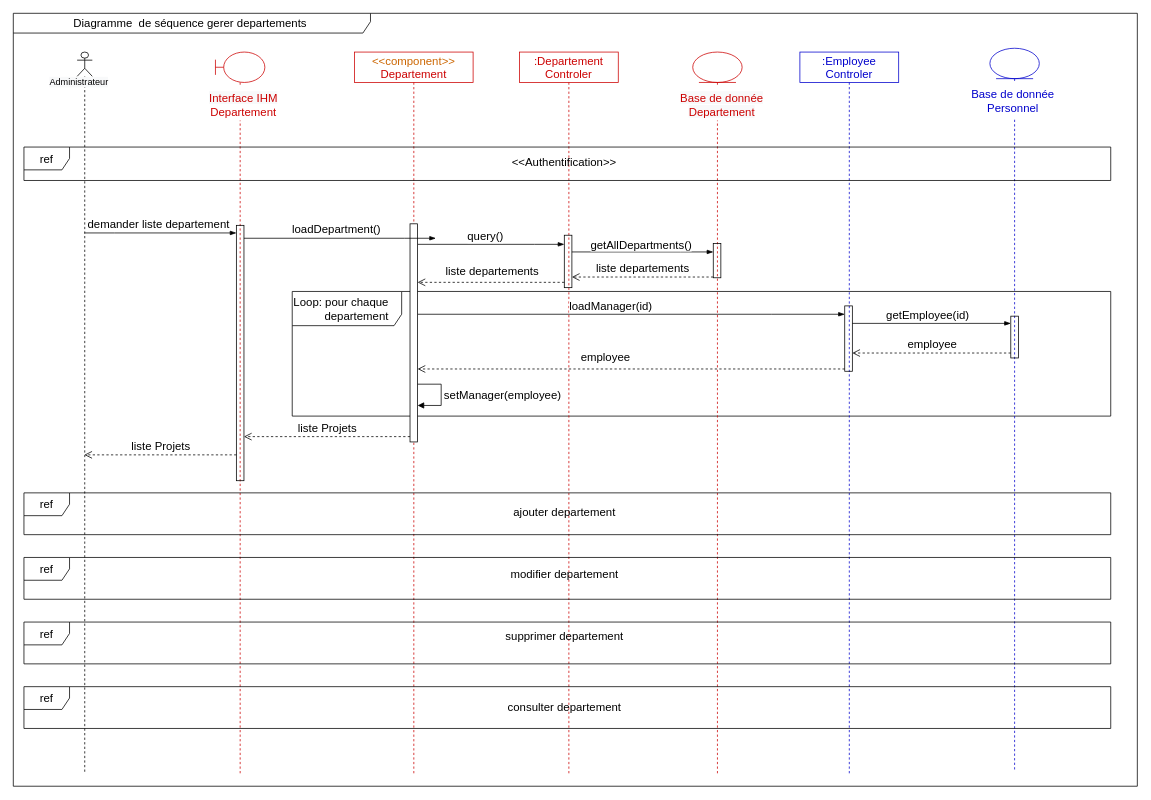
Earlier version of the draw.io diagram Department/DepartmentListDiagrammeSequence.drawio (ZidiMedAmine/UML). Source tidied: cells renumbered, new cells numbered last; positions are measured from the earlier drawing's top-left corner, leaving out a move shared by most shapes. Both pictures are drawn from the tidied source at 76%, with x=0, y=0 at pixel (13, 13).
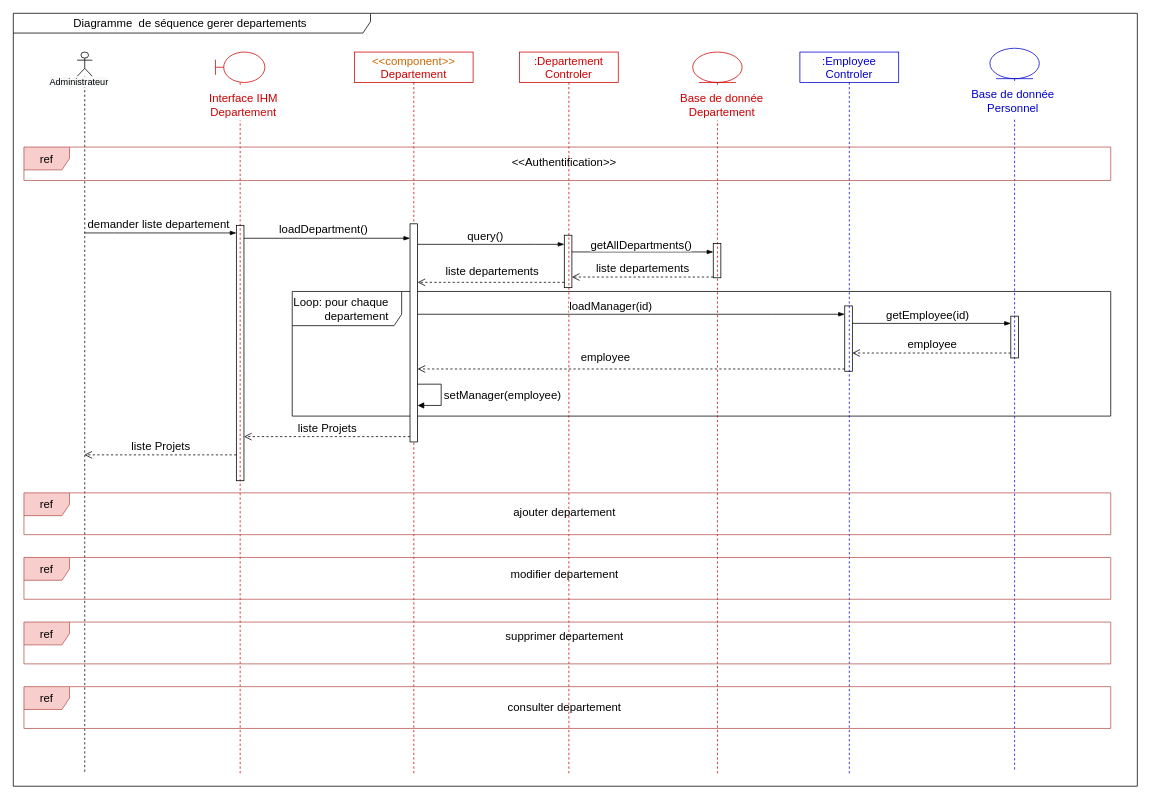
After the change.

Commit message:
Mettre à jour DepartmentListDiagrammeSequence.drawio

Unchanged cells that the change refers to:
```xml
<mxCell id="35" style="html=1;points=[];perimeter=orthogonalPerimeter;" parent="34" vertex="1">
  <mxGeometry x="73" y="226" width="10" height="287" as="geometry" />
</mxCell>
```

Diff of the diagram source:
```diff
@@
-    <mxCell id="37" style="fontSize=12;html=1;endArrow=blockThin;endFill=1;rounded=0;" parent="1" edge="1">
+    <mxCell id="37" style="fontSize=12;html=1;endArrow=blockThin;endFill=1;rounded=0;" parent="1" edge="1" target="35">
       <mxGeometry relative="1" as="geometry">
         <mxPoint x="303.5" y="296" as="sourcePoint" />
-        <mxPoint x="556" y="296" as="targetPoint" />
         <Array as="points">
           <mxPoint x="515" y="296" />
         </Array>
       </mxGeometry>
     </mxCell>
@@
-    <mxCell id="40" value="ref" style="shape=umlFrame;whiteSpace=wrap;html=1;labelBackgroundColor=none;fontSize=15;" parent="1" vertex="1">
+    <mxCell id="40" value="ref" style="shape=umlFrame;whiteSpace=wrap;html=1;labelBackgroundColor=none;fontSize=15;fillColor=#f8cecc;strokeColor=#b85450;" parent="1" vertex="1">
       <mxGeometry x="14" y="176" width="1430" height="44" as="geometry" />
     </mxCell>
@@
-    <mxCell id="42" value="ref" style="shape=umlFrame;whiteSpace=wrap;html=1;labelBackgroundColor=none;fontSize=15;" parent="1" vertex="1">
+    <mxCell id="42" value="ref" style="shape=umlFrame;whiteSpace=wrap;html=1;labelBackgroundColor=none;fontSize=15;fillColor=#f8cecc;strokeColor=#b85450;" parent="1" vertex="1">
       <mxGeometry x="14" y="631" width="1430" height="55" as="geometry" />
     </mxCell>
@@
-    <mxCell id="44" value="ref" style="shape=umlFrame;whiteSpace=wrap;html=1;labelBackgroundColor=none;fontSize=15;" parent="1" vertex="1">
+    <mxCell id="44" value="ref" style="shape=umlFrame;whiteSpace=wrap;html=1;labelBackgroundColor=none;fontSize=15;fillColor=#f8cecc;strokeColor=#b85450;" parent="1" vertex="1">
       <mxGeometry x="14" y="716" width="1430" height="55" as="geometry" />
     </mxCell>
@@
-    <mxCell id="46" value="ref" style="shape=umlFrame;whiteSpace=wrap;html=1;labelBackgroundColor=none;fontSize=15;" parent="1" vertex="1">
+    <mxCell id="46" value="ref" style="shape=umlFrame;whiteSpace=wrap;html=1;labelBackgroundColor=none;fontSize=15;fillColor=#f8cecc;strokeColor=#b85450;" parent="1" vertex="1">
       <mxGeometry x="14" y="801" width="1430" height="55" as="geometry" />
     </mxCell>
@@
-    <mxCell id="48" value="ref" style="shape=umlFrame;whiteSpace=wrap;html=1;labelBackgroundColor=none;fontSize=15;" parent="1" vertex="1">
+    <mxCell id="48" value="ref" style="shape=umlFrame;whiteSpace=wrap;html=1;labelBackgroundColor=none;fontSize=15;fillColor=#f8cecc;strokeColor=#b85450;" parent="1" vertex="1">
       <mxGeometry x="14" y="886" width="1430" height="55" as="geometry" />
     </mxCell>
```
